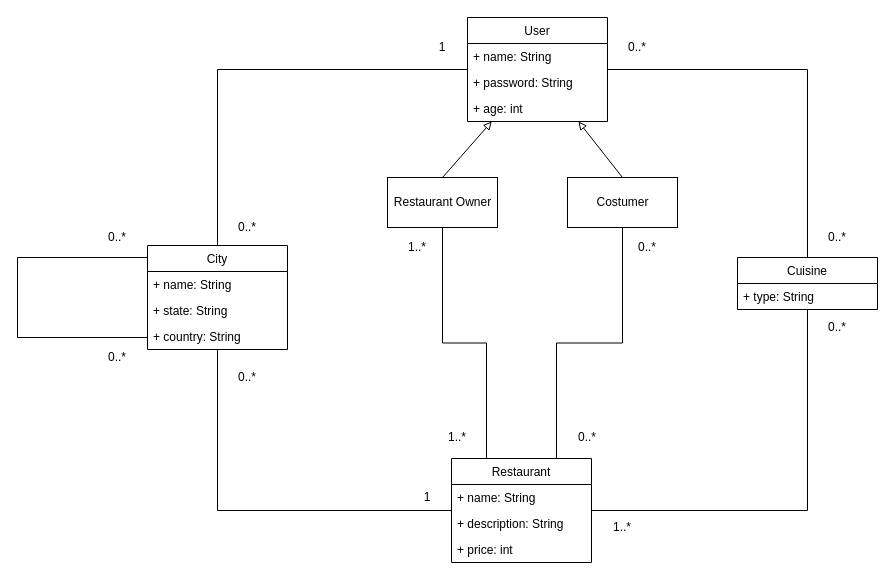
Before: page "Page-1" (1 of 2) of draw.io/data_model.drawio in spampas/restaurant_recommendation_graphdb, a draw.io diagram. Source tidied: cells renumbered, new cells numbered last; positions are measured from the earlier drawing's top-left corner, leaving out a move shared by most shapes. Both pictures are drawn from the tidied source at 100%, with x=0, y=0 at pixel (17, 17).
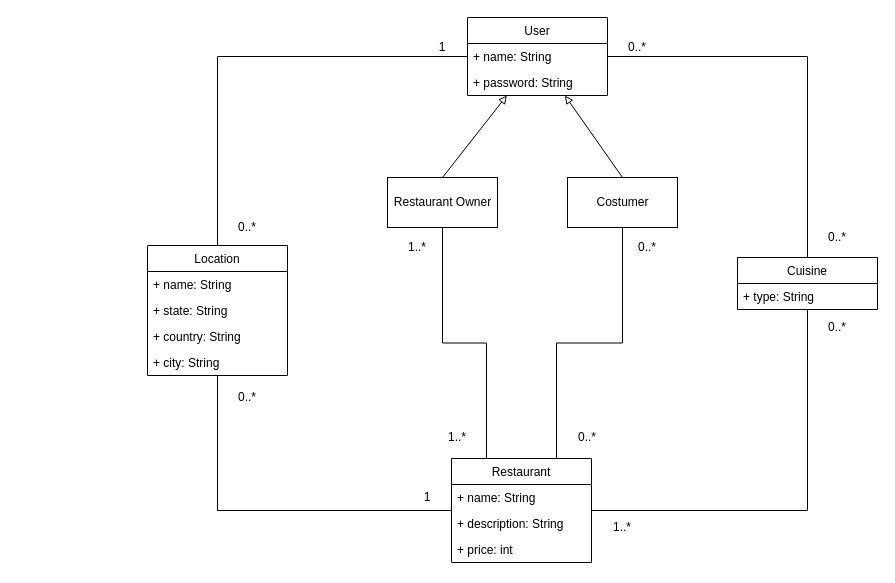
Above is the later version.

The edit, as a diff of the source:
```diff
@@
     <mxCell id="8" value="User" style="swimlane;fontStyle=0;horizontal=1;startSize=26;fillColor=none;" parent="1" vertex="1">
-      <mxGeometry x="450" width="140" height="104" as="geometry" />
+      <mxGeometry x="450" width="140" height="78" as="geometry" />
     </mxCell>
@@
-    <mxCell id="11" value="+ age: int" style="text;strokeColor=none;fillColor=none;align=left;verticalAlign=top;spacingLeft=4;spacingRight=4;overflow=hidden;" parent="8" vertex="1">
-      <mxGeometry y="78" width="140" height="26" as="geometry" />
-    </mxCell>
@@
-    <mxCell id="20" value="City" style="swimlane;fontStyle=0;horizontal=1;startSize=26;fillColor=none;" parent="1" vertex="1">
-      <mxGeometry x="130" y="228" width="140" height="104" as="geometry" />
+    <mxCell id="20" value="Location" style="swimlane;fontStyle=0;horizontal=1;startSize=26;fillColor=none;" parent="1" vertex="1">
+      <mxGeometry x="130" y="228" width="140" height="130" as="geometry" />
     </mxCell>
@@
+    <mxCell id="41" value="+ city: String" style="text;strokeColor=none;fillColor=none;align=left;verticalAlign=top;spacingLeft=4;spacingRight=4;overflow=hidden;" parent="20" vertex="1">
+      <mxGeometry y="104" width="140" height="26" as="geometry" />
+    </mxCell>
@@
     <mxCell id="29" value="0..*" style="text;html=1;strokeColor=none;fillColor=none;align=center;verticalAlign=middle;whiteSpace=wrap;rounded=0;fontSize=12;" parent="1" vertex="1">
-      <mxGeometry x="210" y="350" width="40" height="20" as="geometry" />
+      <mxGeometry x="210" y="370" width="40" height="20" as="geometry" />
     </mxCell>
@@
-    <mxCell id="38" style="rounded=0;orthogonalLoop=1;jettySize=auto;html=1;endArrow=none;endFill=0;fontSize=12;edgeStyle=elbowEdgeStyle;" parent="1" edge="1" source="20" target="20">
-      <mxGeometry relative="1" as="geometry">
-        <Array as="points">
-          <mxPoint y="320" />
-        </Array>
-      </mxGeometry>
-    </mxCell>
-    <mxCell id="39" value="0..*" style="text;html=1;strokeColor=none;fillColor=none;align=center;verticalAlign=middle;whiteSpace=wrap;rounded=0;fontSize=12;" parent="1" vertex="1">
-      <mxGeometry x="80" y="210" width="40" height="20" as="geometry" />
-    </mxCell>
-    <mxCell id="40" value="0..*" style="text;html=1;strokeColor=none;fillColor=none;align=center;verticalAlign=middle;whiteSpace=wrap;rounded=0;fontSize=12;" parent="1" vertex="1">
-      <mxGeometry x="80" y="330" width="40" height="20" as="geometry" />
-    </mxCell>
```
